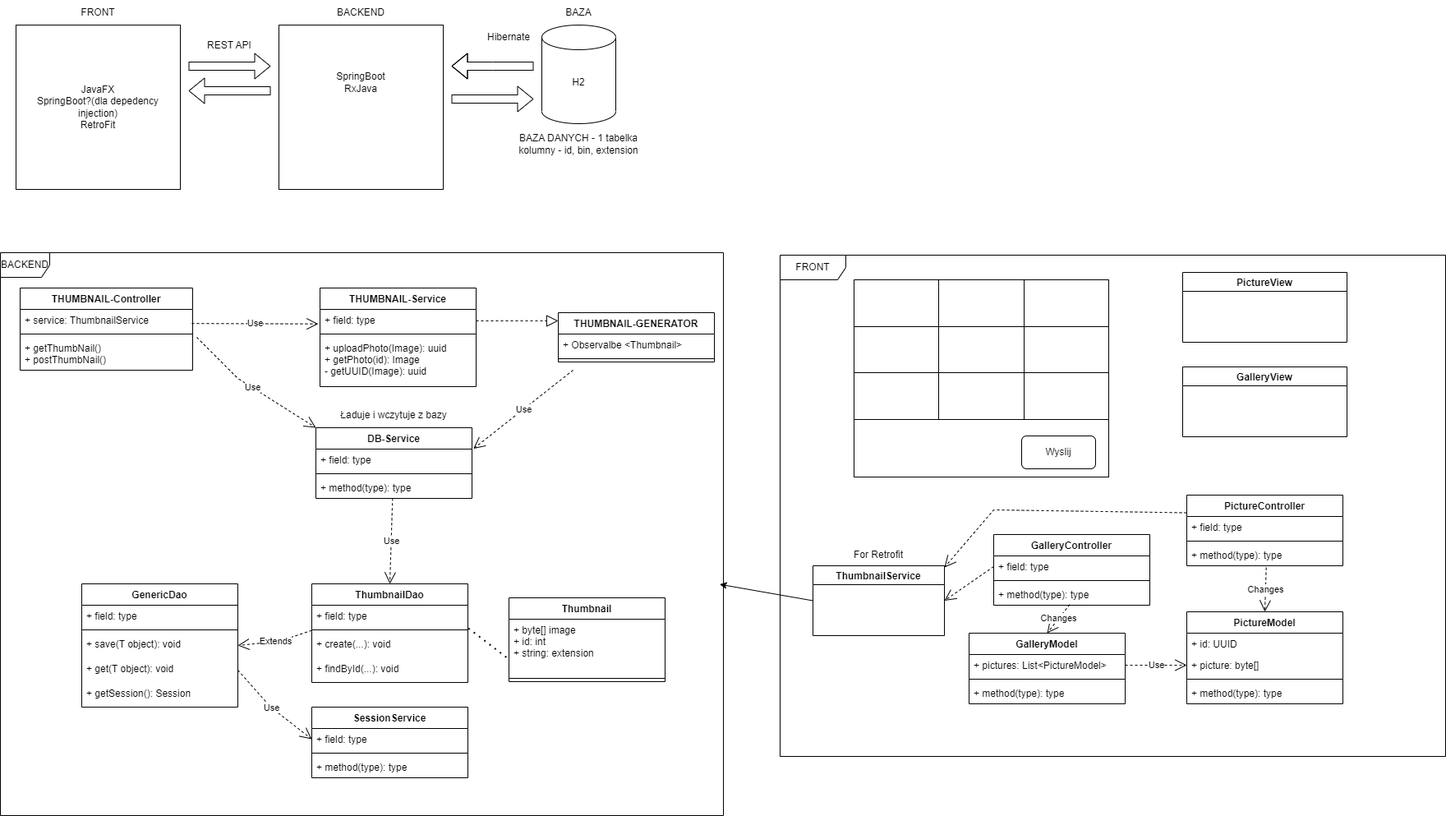
The draw.io diagram img/diagram.png in strjakub/Object-Technologies-Course, before a commit. Source tidied: cells renumbered, new cells last; positions are measured from the earlier drawing's top-left corner, leaving out a move shared by most shapes.
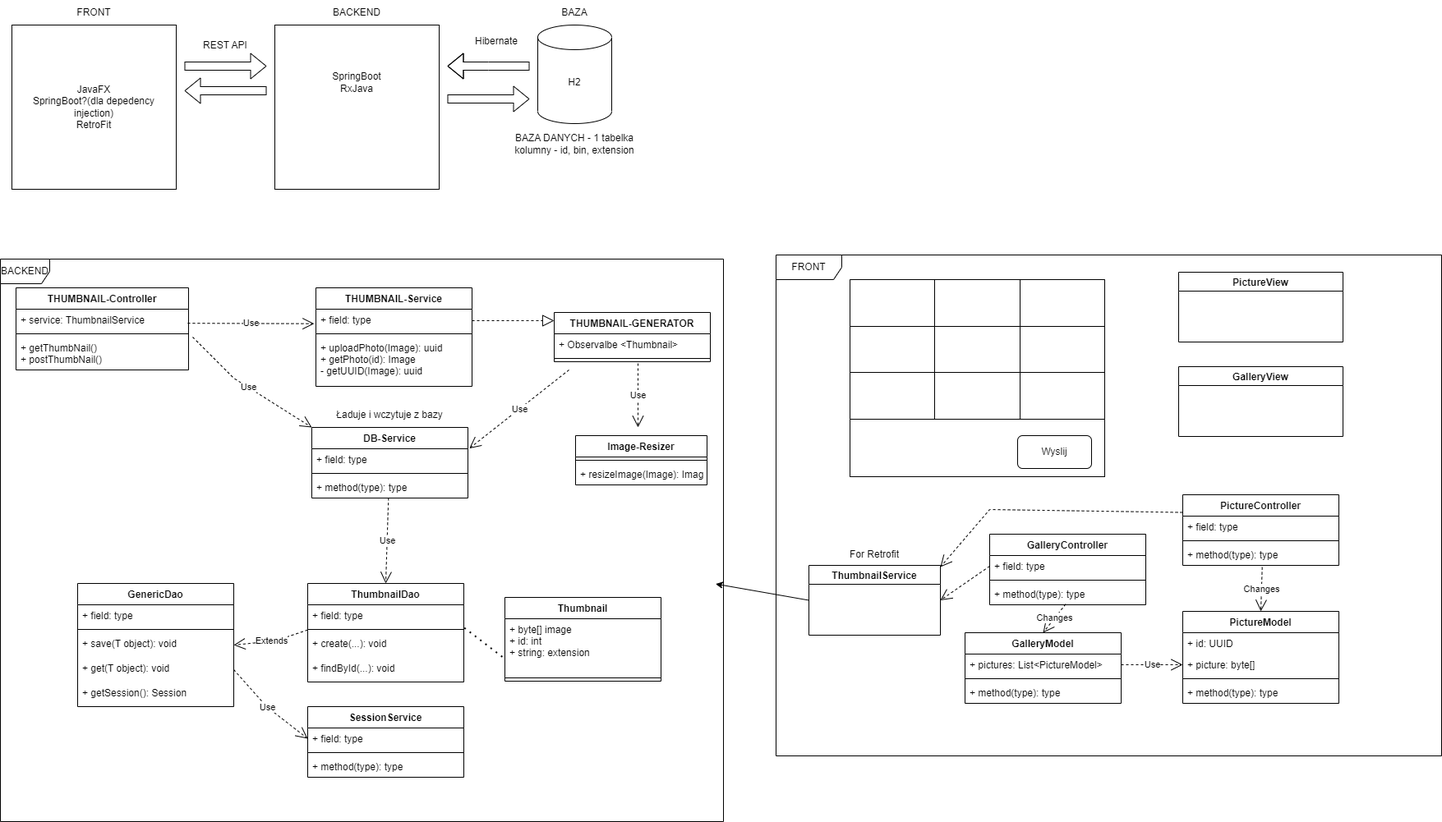
The same diagram one commit later.

Diff of the diagram source:
```diff
@@ -60,7 +60,7 @@
       </mxGeometry>
     </mxCell>
     <mxCell id="16" value="Hibernate" style="text;html=1;strokeColor=none;fillColor=none;align=center;verticalAlign=middle;whiteSpace=wrap;rounded=0;" parent="1" vertex="1">
-      <mxGeometry x="589" y="30" width="60" height="30" as="geometry" />
+      <mxGeometry x="579" y="35" width="60" height="30" as="geometry" />
     </mxCell>
     <mxCell id="17" value="THUMBNAIL-Controller&#10;" style="swimlane;fontStyle=1;align=center;verticalAlign=top;horizontal=1;startSize=26;" parent="1" vertex="1">
       <mxGeometry x="24" y="350" width="210" height="100" as="geometry" />
@@ -349,7 +349,22 @@
       </mxGeometry>
     </mxCell>
     <mxCell id="104" value="BACKEND&lt;br&gt;" style="shape=umlFrame;whiteSpace=wrap;html=1;" parent="1" vertex="1">
-      <mxGeometry y="307" width="880" height="685" as="geometry" />
+      <mxGeometry x="5" y="315" width="880" height="685" as="geometry" />
     </mxCell>
+    <mxCell id="105" value="Image-Resizer" style="swimlane;fontStyle=1;align=center;verticalAlign=top;horizontal=1;startSize=26;" parent="1" vertex="1">
+      <mxGeometry x="705" y="530" width="160" height="60" as="geometry" />
+    </mxCell>
+    <mxCell id="106" style="line;strokeWidth=1;fillColor=none;align=left;verticalAlign=middle;spacingTop=-1;spacingLeft=3;spacingRight=3;labelPosition=right;strokeColor=inherit;" parent="105" vertex="1">
+      <mxGeometry y="26" width="160" height="8" as="geometry" />
+    </mxCell>
+    <mxCell id="107" value="+ resizeImage(Image): Image" style="text;strokeColor=none;fillColor=none;align=left;verticalAlign=top;spacingLeft=4;spacingRight=4;overflow=hidden;" parent="105" vertex="1">
+      <mxGeometry y="34" width="160" height="26" as="geometry" />
+    </mxCell>
+    <mxCell id="108" value="Use" style="endArrow=open;endSize=12;dashed=1;html=1;rounded=0;" parent="1" edge="1">
+      <mxGeometry relative="1" as="geometry">
+        <mxPoint x="781" y="442" as="sourcePoint" />
+        <mxPoint x="781" y="520" as="targetPoint" />
+      </mxGeometry>
+    </mxCell>
   </root>
 </mxGraphModel>
```
